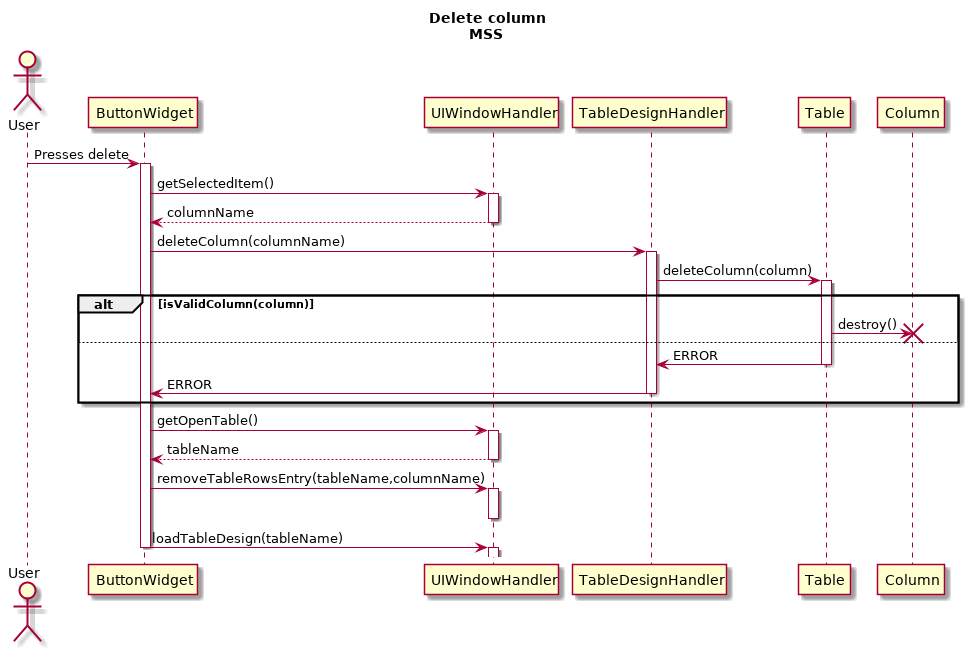
Bhamoss/softwareOntwerpProject keeps this PlantUML diagram as diagrams/interactionDiagrams/deleteColumn.png. Above is the earlier version.
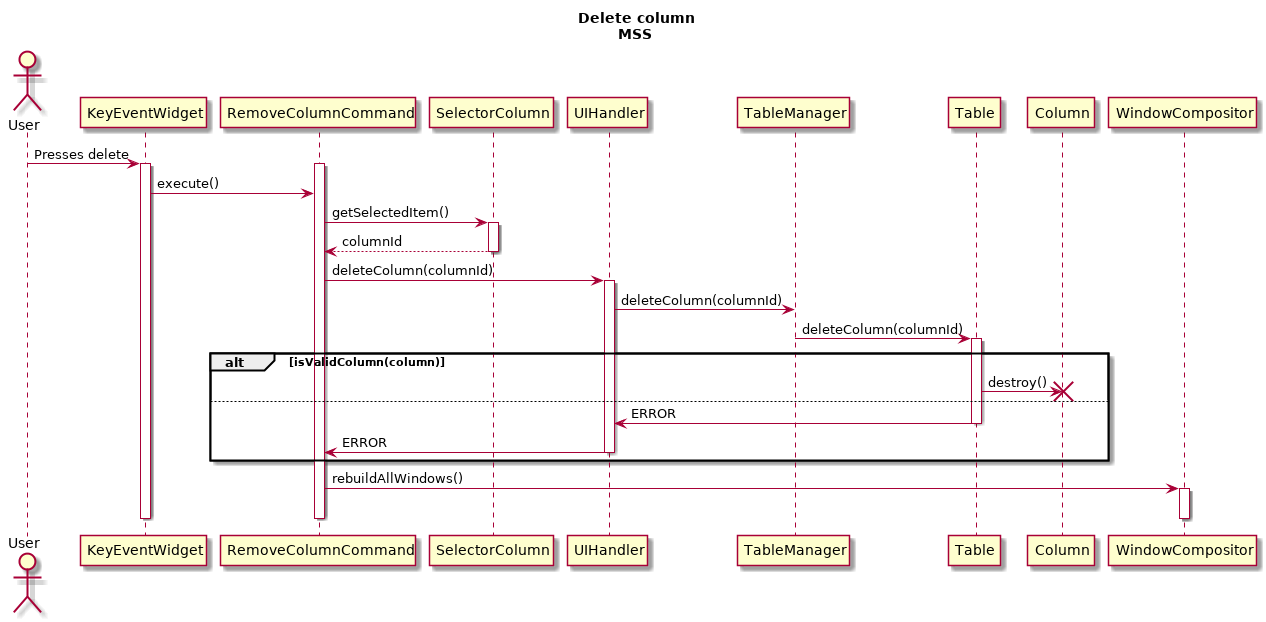
Later version of the same file.

The edit, as a diff of the source:
```diff
@@ -1,36 +1,32 @@
 @startuml
 title Delete column\nMSS
 Actor User
-User->ButtonWidget: Presses delete
-activate ButtonWidget
-ButtonWidget ->UIWindowHandler: getSelectedItem()
-activate UIWindowHandler
-ButtonWidget <-- UIWindowHandler: columnName
-deactivate UIWindowHandler
-ButtonWidget -> TableDesignHandler: deleteColumn(columnName)
-activate TableDesignHandler
-TableDesignHandler -> Table: deleteColumn(column)
+User->KeyEventWidget: Presses delete
+activate KeyEventWidget
+activate RemoveColumnCommand
+KeyEventWidget -> RemoveColumnCommand: execute()
+RemoveColumnCommand ->SelectorColumn: getSelectedItem()
+activate SelectorColumn
+RemoveColumnCommand <-- SelectorColumn: columnId
+deactivate SelectorColumn
+RemoveColumnCommand -> UIHandler: deleteColumn(columnId)
+activate UIHandler
+UIHandler -> TableManager: deleteColumn(columnId)
+TableManager -> Table: deleteColumn(columnId)
 activate Table
 alt isValidColumn(column)
     Table -> Column: destroy()
     destroy Column
 else
-    Table -> TableDesignHandler: ERROR
+    Table -> UIHandler: ERROR
     deactivate Table
-    TableDesignHandler -> ButtonWidget: ERROR
-    deactivate TableDesignHandler
+    UIHandler -> RemoveColumnCommand: ERROR
+    deactivate UIHandler
 end
-ButtonWidget -> UIWindowHandler: getOpenTable()
-activate UIWindowHandler
-ButtonWidget <-- UIWindowHandler: tableName
-deactivate UIWindowHandler
 
-ButtonWidget -> UIWindowHandler: removeTableRowsEntry(tableName,columnName)
-activate UIWindowHandler
-deactivate UIWindowHandler
-
-ButtonWidget -> UIWindowHandler: loadTableDesign(tableName)
-deactivate ButtonWidget
-activate UIWindowHandler
-
+RemoveColumnCommand -> WindowCompositor: rebuildAllWindows()
+activate WindowCompositor
+deactivate WindowCompositor
+deactivate RemoveColumnCommand
+deactivate KeyEventWidget
 @enduml
```
